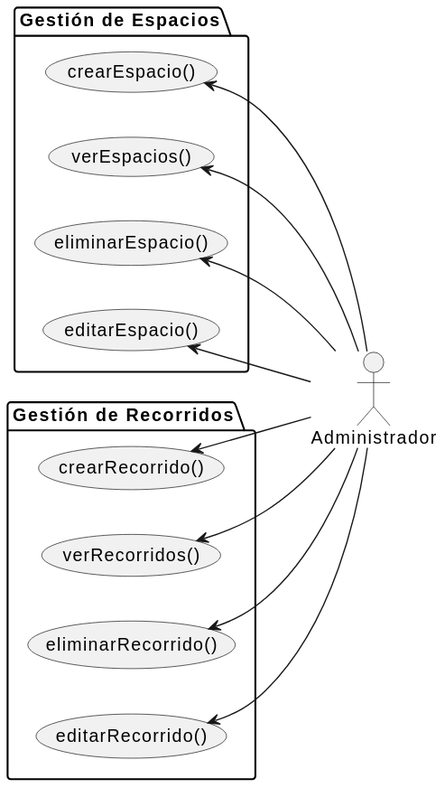
Above: RUP/00-requisitos/01-casoDeUso/1-CasoDeUso/Administrador/adminCasosDeUso.svg in eirik-rosete/25-26-idsw2-sdVC (PlantUML), before the change. Source of this version:
```plantuml
@startuml
left to right direction

actor "Administrador" as admin

package "Gestión de Espacios"{
    usecase crearEspacio as "crearEspacio()"
    usecase verEspacios as "verEspacios()"
    usecase eliminarEspacio as "eliminarEspacio()"
    usecase editarEspacio as "editarEspacio()"
}

package "Gestión de Recorridos"{
    usecase crearRecorrido as "crearRecorrido()"
    usecase verRecorridos as "verRecorridos()"
    usecase eliminarRecorrido as "eliminarRecorrido()"
    usecase editarRecorrido as "editarRecorrido()"
}

(crearEspacio) <-- admin
(verEspacios) <-- admin
(eliminarEspacio) <-- admin
(editarEspacio) <-- admin

(crearRecorrido) <-- admin
(verRecorridos) <-- admin
(eliminarRecorrido) <-- admin
(editarRecorrido) <-- admin
@enduml
```
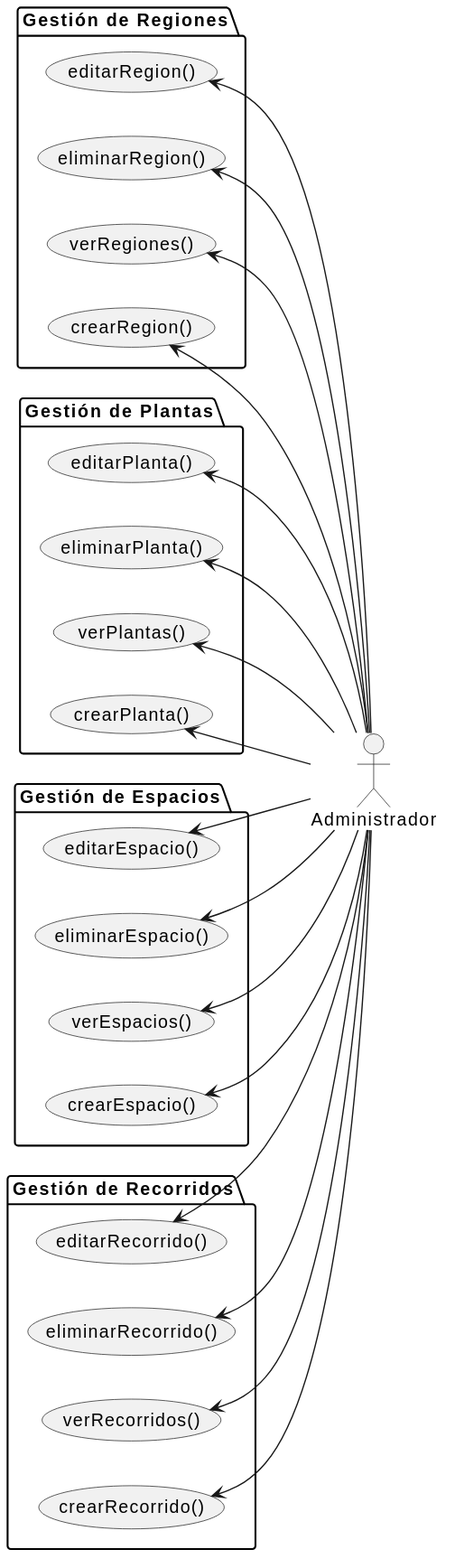
After the commit.

What changed in the source:
```diff
@@ -2,6 +2,20 @@
 left to right direction
 
 actor "Administrador" as admin
+
+package "Gestión de Regiones"{
+    usecase crearRegion as "crearRegion()"
+    usecase verRegiones as "verRegiones()"
+    usecase eliminarRegion as "eliminarRegion()"
+    usecase editarRegion as "editarRegion()"
+}
+
+package "Gestión de Plantas"{
+    usecase crearPlanta as "crearPlanta()"
+    usecase verPlantas as "verPlantas()"
+    usecase eliminarPlanta as "eliminarPlanta()"
+    usecase editarPlanta as "editarPlanta()"
+}
 
 package "Gestión de Espacios"{
     usecase crearEspacio as "crearEspacio()"
@@ -17,6 +31,16 @@
     usecase editarRecorrido as "editarRecorrido()"
 }
 
+(crearRegion) <-- admin
+(verRegiones) <-- admin
+(eliminarRegion) <-- admin
+(editarRegion) <-- admin
+
+(crearPlanta) <-- admin
+(verPlantas) <-- admin
+(eliminarPlanta) <-- admin
+(editarPlanta) <-- admin
+
 (crearEspacio) <-- admin
 (verEspacios) <-- admin
 (eliminarEspacio) <-- admin
```
